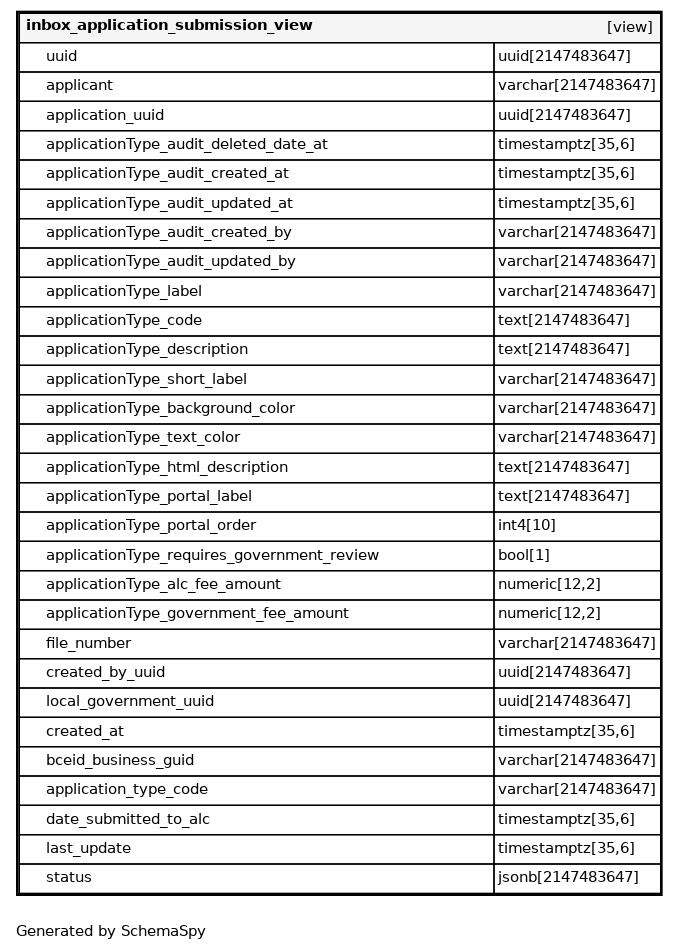
This is schemaspy/alcs/diagrams/tables/inbox_application_submission_view.1degree.png from bcgov/alcs, a Graphviz export, as it was before one commit. Its source is kept beside it as schemaspy/alcs/diagrams/tables/inbox_application_submission_view.1degree.dot.
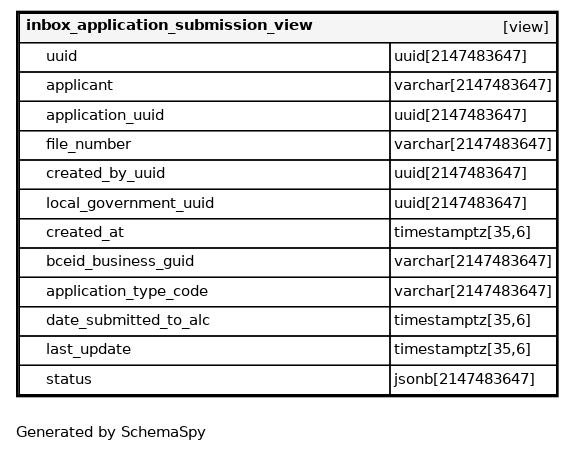
The same diagram one commit later.

The edit, as a diff of the source:
```diff
@@ -4,35 +4,18 @@
    label=<
     <TABLE BORDER="2" CELLBORDER="1" CELLSPACING="0" BGCOLOR="#ffffff">
       <TR><TD COLSPAN="4"  BGCOLOR="#f5f5f5"><TABLE BORDER="0" CELLSPACING="0"><TR><TD ALIGN="LEFT" FIXEDSIZE="TRUE" WIDTH="257" HEIGHT="16"><B>inbox_application_submission_view</B></TD><TD ALIGN="RIGHT">[view]</TD></TR></TABLE></TD></TR>
-      <TR><TD PORT="uuid" COLSPAN="2" ALIGN="LEFT"><TABLE BORDER="0" CELLSPACING="0" ALIGN="LEFT"><TR ALIGN="LEFT"><TD ALIGN="LEFT" FIXEDSIZE="TRUE" WIDTH="15" HEIGHT="16"></TD><TD ALIGN="LEFT" FIXEDSIZE="TRUE" WIDTH="335" HEIGHT="16">uuid</TD></TR></TABLE></TD><TD PORT="uuid.type" ALIGN="LEFT">uuid[2147483647]</TD></TR>
-      <TR><TD PORT="applicant" COLSPAN="2" ALIGN="LEFT"><TABLE BORDER="0" CELLSPACING="0" ALIGN="LEFT"><TR ALIGN="LEFT"><TD ALIGN="LEFT" FIXEDSIZE="TRUE" WIDTH="15" HEIGHT="16"></TD><TD ALIGN="LEFT" FIXEDSIZE="TRUE" WIDTH="335" HEIGHT="16">applicant</TD></TR></TABLE></TD><TD PORT="applicant.type" ALIGN="LEFT">varchar[2147483647]</TD></TR>
-      <TR><TD PORT="application_uuid" COLSPAN="2" ALIGN="LEFT"><TABLE BORDER="0" CELLSPACING="0" ALIGN="LEFT"><TR ALIGN="LEFT"><TD ALIGN="LEFT" FIXEDSIZE="TRUE" WIDTH="15" HEIGHT="16"></TD><TD ALIGN="LEFT" FIXEDSIZE="TRUE" WIDTH="335" HEIGHT="16">application_uuid</TD></TR></TABLE></TD><TD PORT="application_uuid.type" ALIGN="LEFT">uuid[2147483647]</TD></TR>
-      <TR><TD PORT="applicationType_audit_deleted_date_at" COLSPAN="2" ALIGN="LEFT"><TABLE BORDER="0" CELLSPACING="0" ALIGN="LEFT"><TR ALIGN="LEFT"><TD ALIGN="LEFT" FIXEDSIZE="TRUE" WIDTH="15" HEIGHT="16"></TD><TD ALIGN="LEFT" FIXEDSIZE="TRUE" WIDTH="335" HEIGHT="16">applicationType_audit_deleted_date_at</TD></TR></TABLE></TD><TD PORT="applicationType_audit_deleted_date_at.type" ALIGN="LEFT">timestamptz[35,6]</TD></TR>
-      <TR><TD PORT="applicationType_audit_created_at" COLSPAN="2" ALIGN="LEFT"><TABLE BORDER="0" CELLSPACING="0" ALIGN="LEFT"><TR ALIGN="LEFT"><TD ALIGN="LEFT" FIXEDSIZE="TRUE" WIDTH="15" HEIGHT="16"></TD><TD ALIGN="LEFT" FIXEDSIZE="TRUE" WIDTH="335" HEIGHT="16">applicationType_audit_created_at</TD></TR></TABLE></TD><TD PORT="applicationType_audit_created_at.type" ALIGN="LEFT">timestamptz[35,6]</TD></TR>
-      <TR><TD PORT="applicationType_audit_updated_at" COLSPAN="2" ALIGN="LEFT"><TABLE BORDER="0" CELLSPACING="0" ALIGN="LEFT"><TR ALIGN="LEFT"><TD ALIGN="LEFT" FIXEDSIZE="TRUE" WIDTH="15" HEIGHT="16"></TD><TD ALIGN="LEFT" FIXEDSIZE="TRUE" WIDTH="335" HEIGHT="16">applicationType_audit_updated_at</TD></TR></TABLE></TD><TD PORT="applicationType_audit_updated_at.type" ALIGN="LEFT">timestamptz[35,6]</TD></TR>
-      <TR><TD PORT="applicationType_audit_created_by" COLSPAN="2" ALIGN="LEFT"><TABLE BORDER="0" CELLSPACING="0" ALIGN="LEFT"><TR ALIGN="LEFT"><TD ALIGN="LEFT" FIXEDSIZE="TRUE" WIDTH="15" HEIGHT="16"></TD><TD ALIGN="LEFT" FIXEDSIZE="TRUE" WIDTH="335" HEIGHT="16">applicationType_audit_created_by</TD></TR></TABLE></TD><TD PORT="applicationType_audit_created_by.type" ALIGN="LEFT">varchar[2147483647]</TD></TR>
-      <TR><TD PORT="applicationType_audit_updated_by" COLSPAN="2" ALIGN="LEFT"><TABLE BORDER="0" CELLSPACING="0" ALIGN="LEFT"><TR ALIGN="LEFT"><TD ALIGN="LEFT" FIXEDSIZE="TRUE" WIDTH="15" HEIGHT="16"></TD><TD ALIGN="LEFT" FIXEDSIZE="TRUE" WIDTH="335" HEIGHT="16">applicationType_audit_updated_by</TD></TR></TABLE></TD><TD PORT="applicationType_audit_updated_by.type" ALIGN="LEFT">varchar[2147483647]</TD></TR>
-      <TR><TD PORT="applicationType_label" COLSPAN="2" ALIGN="LEFT"><TABLE BORDER="0" CELLSPACING="0" ALIGN="LEFT"><TR ALIGN="LEFT"><TD ALIGN="LEFT" FIXEDSIZE="TRUE" WIDTH="15" HEIGHT="16"></TD><TD ALIGN="LEFT" FIXEDSIZE="TRUE" WIDTH="335" HEIGHT="16">applicationType_label</TD></TR></TABLE></TD><TD PORT="applicationType_label.type" ALIGN="LEFT">varchar[2147483647]</TD></TR>
-      <TR><TD PORT="applicationType_code" COLSPAN="2" ALIGN="LEFT"><TABLE BORDER="0" CELLSPACING="0" ALIGN="LEFT"><TR ALIGN="LEFT"><TD ALIGN="LEFT" FIXEDSIZE="TRUE" WIDTH="15" HEIGHT="16"></TD><TD ALIGN="LEFT" FIXEDSIZE="TRUE" WIDTH="335" HEIGHT="16">applicationType_code</TD></TR></TABLE></TD><TD PORT="applicationType_code.type" ALIGN="LEFT">text[2147483647]</TD></TR>
-      <TR><TD PORT="applicationType_description" COLSPAN="2" ALIGN="LEFT"><TABLE BORDER="0" CELLSPACING="0" ALIGN="LEFT"><TR ALIGN="LEFT"><TD ALIGN="LEFT" FIXEDSIZE="TRUE" WIDTH="15" HEIGHT="16"></TD><TD ALIGN="LEFT" FIXEDSIZE="TRUE" WIDTH="335" HEIGHT="16">applicationType_description</TD></TR></TABLE></TD><TD PORT="applicationType_description.type" ALIGN="LEFT">text[2147483647]</TD></TR>
-      <TR><TD PORT="applicationType_short_label" COLSPAN="2" ALIGN="LEFT"><TABLE BORDER="0" CELLSPACING="0" ALIGN="LEFT"><TR ALIGN="LEFT"><TD ALIGN="LEFT" FIXEDSIZE="TRUE" WIDTH="15" HEIGHT="16"></TD><TD ALIGN="LEFT" FIXEDSIZE="TRUE" WIDTH="335" HEIGHT="16">applicationType_short_label</TD></TR></TABLE></TD><TD PORT="applicationType_short_label.type" ALIGN="LEFT">varchar[2147483647]</TD></TR>
-      <TR><TD PORT="applicationType_background_color" COLSPAN="2" ALIGN="LEFT"><TABLE BORDER="0" CELLSPACING="0" ALIGN="LEFT"><TR ALIGN="LEFT"><TD ALIGN="LEFT" FIXEDSIZE="TRUE" WIDTH="15" HEIGHT="16"></TD><TD ALIGN="LEFT" FIXEDSIZE="TRUE" WIDTH="335" HEIGHT="16">applicationType_background_color</TD></TR></TABLE></TD><TD PORT="applicationType_background_color.type" ALIGN="LEFT">varchar[2147483647]</TD></TR>
-      <TR><TD PORT="applicationType_text_color" COLSPAN="2" ALIGN="LEFT"><TABLE BORDER="0" CELLSPACING="0" ALIGN="LEFT"><TR ALIGN="LEFT"><TD ALIGN="LEFT" FIXEDSIZE="TRUE" WIDTH="15" HEIGHT="16"></TD><TD ALIGN="LEFT" FIXEDSIZE="TRUE" WIDTH="335" HEIGHT="16">applicationType_text_color</TD></TR></TABLE></TD><TD PORT="applicationType_text_color.type" ALIGN="LEFT">varchar[2147483647]</TD></TR>
-      <TR><TD PORT="applicationType_html_description" COLSPAN="2" ALIGN="LEFT"><TABLE BORDER="0" CELLSPACING="0" ALIGN="LEFT"><TR ALIGN="LEFT"><TD ALIGN="LEFT" FIXEDSIZE="TRUE" WIDTH="15" HEIGHT="16"></TD><TD ALIGN="LEFT" FIXEDSIZE="TRUE" WIDTH="335" HEIGHT="16">applicationType_html_description</TD></TR></TABLE></TD><TD PORT="applicationType_html_description.type" ALIGN="LEFT">text[2147483647]</TD></TR>
-      <TR><TD PORT="applicationType_portal_label" COLSPAN="2" ALIGN="LEFT"><TABLE BORDER="0" CELLSPACING="0" ALIGN="LEFT"><TR ALIGN="LEFT"><TD ALIGN="LEFT" FIXEDSIZE="TRUE" WIDTH="15" HEIGHT="16"></TD><TD ALIGN="LEFT" FIXEDSIZE="TRUE" WIDTH="335" HEIGHT="16">applicationType_portal_label</TD></TR></TABLE></TD><TD PORT="applicationType_portal_label.type" ALIGN="LEFT">text[2147483647]</TD></TR>
-      <TR><TD PORT="applicationType_portal_order" COLSPAN="2" ALIGN="LEFT"><TABLE BORDER="0" CELLSPACING="0" ALIGN="LEFT"><TR ALIGN="LEFT"><TD ALIGN="LEFT" FIXEDSIZE="TRUE" WIDTH="15" HEIGHT="16"></TD><TD ALIGN="LEFT" FIXEDSIZE="TRUE" WIDTH="335" HEIGHT="16">applicationType_portal_order</TD></TR></TABLE></TD><TD PORT="applicationType_portal_order.type" ALIGN="LEFT">int4[10]</TD></TR>
-      <TR><TD PORT="applicationType_requires_government_review" COLSPAN="2" ALIGN="LEFT"><TABLE BORDER="0" CELLSPACING="0" ALIGN="LEFT"><TR ALIGN="LEFT"><TD ALIGN="LEFT" FIXEDSIZE="TRUE" WIDTH="15" HEIGHT="16"></TD><TD ALIGN="LEFT" FIXEDSIZE="TRUE" WIDTH="335" HEIGHT="16">applicationType_requires_government_review</TD></TR></TABLE></TD><TD PORT="applicationType_requires_government_review.type" ALIGN="LEFT">bool[1]</TD></TR>
-      <TR><TD PORT="applicationType_alc_fee_amount" COLSPAN="2" ALIGN="LEFT"><TABLE BORDER="0" CELLSPACING="0" ALIGN="LEFT"><TR ALIGN="LEFT"><TD ALIGN="LEFT" FIXEDSIZE="TRUE" WIDTH="15" HEIGHT="16"></TD><TD ALIGN="LEFT" FIXEDSIZE="TRUE" WIDTH="335" HEIGHT="16">applicationType_alc_fee_amount</TD></TR></TABLE></TD><TD PORT="applicationType_alc_fee_amount.type" ALIGN="LEFT">numeric[12,2]</TD></TR>
-      <TR><TD PORT="applicationType_government_fee_amount" COLSPAN="2" ALIGN="LEFT"><TABLE BORDER="0" CELLSPACING="0" ALIGN="LEFT"><TR ALIGN="LEFT"><TD ALIGN="LEFT" FIXEDSIZE="TRUE" WIDTH="15" HEIGHT="16"></TD><TD ALIGN="LEFT" FIXEDSIZE="TRUE" WIDTH="335" HEIGHT="16">applicationType_government_fee_amount</TD></TR></TABLE></TD><TD PORT="applicationType_government_fee_amount.type" ALIGN="LEFT">numeric[12,2]</TD></TR>
-      <TR><TD PORT="file_number" COLSPAN="2" ALIGN="LEFT"><TABLE BORDER="0" CELLSPACING="0" ALIGN="LEFT"><TR ALIGN="LEFT"><TD ALIGN="LEFT" FIXEDSIZE="TRUE" WIDTH="15" HEIGHT="16"></TD><TD ALIGN="LEFT" FIXEDSIZE="TRUE" WIDTH="335" HEIGHT="16">file_number</TD></TR></TABLE></TD><TD PORT="file_number.type" ALIGN="LEFT">varchar[2147483647]</TD></TR>
-      <TR><TD PORT="created_by_uuid" COLSPAN="2" ALIGN="LEFT"><TABLE BORDER="0" CELLSPACING="0" ALIGN="LEFT"><TR ALIGN="LEFT"><TD ALIGN="LEFT" FIXEDSIZE="TRUE" WIDTH="15" HEIGHT="16"></TD><TD ALIGN="LEFT" FIXEDSIZE="TRUE" WIDTH="335" HEIGHT="16">created_by_uuid</TD></TR></TABLE></TD><TD PORT="created_by_uuid.type" ALIGN="LEFT">uuid[2147483647]</TD></TR>
-      <TR><TD PORT="local_government_uuid" COLSPAN="2" ALIGN="LEFT"><TABLE BORDER="0" CELLSPACING="0" ALIGN="LEFT"><TR ALIGN="LEFT"><TD ALIGN="LEFT" FIXEDSIZE="TRUE" WIDTH="15" HEIGHT="16"></TD><TD ALIGN="LEFT" FIXEDSIZE="TRUE" WIDTH="335" HEIGHT="16">local_government_uuid</TD></TR></TABLE></TD><TD PORT="local_government_uuid.type" ALIGN="LEFT">uuid[2147483647]</TD></TR>
-      <TR><TD PORT="created_at" COLSPAN="2" ALIGN="LEFT"><TABLE BORDER="0" CELLSPACING="0" ALIGN="LEFT"><TR ALIGN="LEFT"><TD ALIGN="LEFT" FIXEDSIZE="TRUE" WIDTH="15" HEIGHT="16"></TD><TD ALIGN="LEFT" FIXEDSIZE="TRUE" WIDTH="335" HEIGHT="16">created_at</TD></TR></TABLE></TD><TD PORT="created_at.type" ALIGN="LEFT">timestamptz[35,6]</TD></TR>
-      <TR><TD PORT="bceid_business_guid" COLSPAN="2" ALIGN="LEFT"><TABLE BORDER="0" CELLSPACING="0" ALIGN="LEFT"><TR ALIGN="LEFT"><TD ALIGN="LEFT" FIXEDSIZE="TRUE" WIDTH="15" HEIGHT="16"></TD><TD ALIGN="LEFT" FIXEDSIZE="TRUE" WIDTH="335" HEIGHT="16">bceid_business_guid</TD></TR></TABLE></TD><TD PORT="bceid_business_guid.type" ALIGN="LEFT">varchar[2147483647]</TD></TR>
-      <TR><TD PORT="application_type_code" COLSPAN="2" ALIGN="LEFT"><TABLE BORDER="0" CELLSPACING="0" ALIGN="LEFT"><TR ALIGN="LEFT"><TD ALIGN="LEFT" FIXEDSIZE="TRUE" WIDTH="15" HEIGHT="16"></TD><TD ALIGN="LEFT" FIXEDSIZE="TRUE" WIDTH="335" HEIGHT="16">application_type_code</TD></TR></TABLE></TD><TD PORT="application_type_code.type" ALIGN="LEFT">varchar[2147483647]</TD></TR>
-      <TR><TD PORT="date_submitted_to_alc" COLSPAN="2" ALIGN="LEFT"><TABLE BORDER="0" CELLSPACING="0" ALIGN="LEFT"><TR ALIGN="LEFT"><TD ALIGN="LEFT" FIXEDSIZE="TRUE" WIDTH="15" HEIGHT="16"></TD><TD ALIGN="LEFT" FIXEDSIZE="TRUE" WIDTH="335" HEIGHT="16">date_submitted_to_alc</TD></TR></TABLE></TD><TD PORT="date_submitted_to_alc.type" ALIGN="LEFT">timestamptz[35,6]</TD></TR>
-      <TR><TD PORT="last_update" COLSPAN="2" ALIGN="LEFT"><TABLE BORDER="0" CELLSPACING="0" ALIGN="LEFT"><TR ALIGN="LEFT"><TD ALIGN="LEFT" FIXEDSIZE="TRUE" WIDTH="15" HEIGHT="16"></TD><TD ALIGN="LEFT" FIXEDSIZE="TRUE" WIDTH="335" HEIGHT="16">last_update</TD></TR></TABLE></TD><TD PORT="last_update.type" ALIGN="LEFT">timestamptz[35,6]</TD></TR>
-      <TR><TD PORT="status" COLSPAN="2" ALIGN="LEFT"><TABLE BORDER="0" CELLSPACING="0" ALIGN="LEFT"><TR ALIGN="LEFT"><TD ALIGN="LEFT" FIXEDSIZE="TRUE" WIDTH="15" HEIGHT="16"></TD><TD ALIGN="LEFT" FIXEDSIZE="TRUE" WIDTH="335" HEIGHT="16">status</TD></TR></TABLE></TD><TD PORT="status.type" ALIGN="LEFT">jsonb[2147483647]</TD></TR>
+      <TR><TD PORT="uuid" COLSPAN="2" ALIGN="LEFT"><TABLE BORDER="0" CELLSPACING="0" ALIGN="LEFT"><TR ALIGN="LEFT"><TD ALIGN="LEFT" FIXEDSIZE="TRUE" WIDTH="15" HEIGHT="16"></TD><TD ALIGN="LEFT" FIXEDSIZE="TRUE" WIDTH="257" HEIGHT="16">uuid</TD></TR></TABLE></TD><TD PORT="uuid.type" ALIGN="LEFT">uuid[2147483647]</TD></TR>
+      <TR><TD PORT="applicant" COLSPAN="2" ALIGN="LEFT"><TABLE BORDER="0" CELLSPACING="0" ALIGN="LEFT"><TR ALIGN="LEFT"><TD ALIGN="LEFT" FIXEDSIZE="TRUE" WIDTH="15" HEIGHT="16"></TD><TD ALIGN="LEFT" FIXEDSIZE="TRUE" WIDTH="257" HEIGHT="16">applicant</TD></TR></TABLE></TD><TD PORT="applicant.type" ALIGN="LEFT">varchar[2147483647]</TD></TR>
+      <TR><TD PORT="application_uuid" COLSPAN="2" ALIGN="LEFT"><TABLE BORDER="0" CELLSPACING="0" ALIGN="LEFT"><TR ALIGN="LEFT"><TD ALIGN="LEFT" FIXEDSIZE="TRUE" WIDTH="15" HEIGHT="16"></TD><TD ALIGN="LEFT" FIXEDSIZE="TRUE" WIDTH="257" HEIGHT="16">application_uuid</TD></TR></TABLE></TD><TD PORT="application_uuid.type" ALIGN="LEFT">uuid[2147483647]</TD></TR>
+      <TR><TD PORT="file_number" COLSPAN="2" ALIGN="LEFT"><TABLE BORDER="0" CELLSPACING="0" ALIGN="LEFT"><TR ALIGN="LEFT"><TD ALIGN="LEFT" FIXEDSIZE="TRUE" WIDTH="15" HEIGHT="16"></TD><TD ALIGN="LEFT" FIXEDSIZE="TRUE" WIDTH="257" HEIGHT="16">file_number</TD></TR></TABLE></TD><TD PORT="file_number.type" ALIGN="LEFT">varchar[2147483647]</TD></TR>
+      <TR><TD PORT="created_by_uuid" COLSPAN="2" ALIGN="LEFT"><TABLE BORDER="0" CELLSPACING="0" ALIGN="LEFT"><TR ALIGN="LEFT"><TD ALIGN="LEFT" FIXEDSIZE="TRUE" WIDTH="15" HEIGHT="16"></TD><TD ALIGN="LEFT" FIXEDSIZE="TRUE" WIDTH="257" HEIGHT="16">created_by_uuid</TD></TR></TABLE></TD><TD PORT="created_by_uuid.type" ALIGN="LEFT">uuid[2147483647]</TD></TR>
+      <TR><TD PORT="local_government_uuid" COLSPAN="2" ALIGN="LEFT"><TABLE BORDER="0" CELLSPACING="0" ALIGN="LEFT"><TR ALIGN="LEFT"><TD ALIGN="LEFT" FIXEDSIZE="TRUE" WIDTH="15" HEIGHT="16"></TD><TD ALIGN="LEFT" FIXEDSIZE="TRUE" WIDTH="257" HEIGHT="16">local_government_uuid</TD></TR></TABLE></TD><TD PORT="local_government_uuid.type" ALIGN="LEFT">uuid[2147483647]</TD></TR>
+      <TR><TD PORT="created_at" COLSPAN="2" ALIGN="LEFT"><TABLE BORDER="0" CELLSPACING="0" ALIGN="LEFT"><TR ALIGN="LEFT"><TD ALIGN="LEFT" FIXEDSIZE="TRUE" WIDTH="15" HEIGHT="16"></TD><TD ALIGN="LEFT" FIXEDSIZE="TRUE" WIDTH="257" HEIGHT="16">created_at</TD></TR></TABLE></TD><TD PORT="created_at.type" ALIGN="LEFT">timestamptz[35,6]</TD></TR>
+      <TR><TD PORT="bceid_business_guid" COLSPAN="2" ALIGN="LEFT"><TABLE BORDER="0" CELLSPACING="0" ALIGN="LEFT"><TR ALIGN="LEFT"><TD ALIGN="LEFT" FIXEDSIZE="TRUE" WIDTH="15" HEIGHT="16"></TD><TD ALIGN="LEFT" FIXEDSIZE="TRUE" WIDTH="257" HEIGHT="16">bceid_business_guid</TD></TR></TABLE></TD><TD PORT="bceid_business_guid.type" ALIGN="LEFT">varchar[2147483647]</TD></TR>
+      <TR><TD PORT="application_type_code" COLSPAN="2" ALIGN="LEFT"><TABLE BORDER="0" CELLSPACING="0" ALIGN="LEFT"><TR ALIGN="LEFT"><TD ALIGN="LEFT" FIXEDSIZE="TRUE" WIDTH="15" HEIGHT="16"></TD><TD ALIGN="LEFT" FIXEDSIZE="TRUE" WIDTH="257" HEIGHT="16">application_type_code</TD></TR></TABLE></TD><TD PORT="application_type_code.type" ALIGN="LEFT">varchar[2147483647]</TD></TR>
+      <TR><TD PORT="date_submitted_to_alc" COLSPAN="2" ALIGN="LEFT"><TABLE BORDER="0" CELLSPACING="0" ALIGN="LEFT"><TR ALIGN="LEFT"><TD ALIGN="LEFT" FIXEDSIZE="TRUE" WIDTH="15" HEIGHT="16"></TD><TD ALIGN="LEFT" FIXEDSIZE="TRUE" WIDTH="257" HEIGHT="16">date_submitted_to_alc</TD></TR></TABLE></TD><TD PORT="date_submitted_to_alc.type" ALIGN="LEFT">timestamptz[35,6]</TD></TR>
+      <TR><TD PORT="last_update" COLSPAN="2" ALIGN="LEFT"><TABLE BORDER="0" CELLSPACING="0" ALIGN="LEFT"><TR ALIGN="LEFT"><TD ALIGN="LEFT" FIXEDSIZE="TRUE" WIDTH="15" HEIGHT="16"></TD><TD ALIGN="LEFT" FIXEDSIZE="TRUE" WIDTH="257" HEIGHT="16">last_update</TD></TR></TABLE></TD><TD PORT="last_update.type" ALIGN="LEFT">timestamptz[35,6]</TD></TR>
+      <TR><TD PORT="status" COLSPAN="2" ALIGN="LEFT"><TABLE BORDER="0" CELLSPACING="0" ALIGN="LEFT"><TR ALIGN="LEFT"><TD ALIGN="LEFT" FIXEDSIZE="TRUE" WIDTH="15" HEIGHT="16"></TD><TD ALIGN="LEFT" FIXEDSIZE="TRUE" WIDTH="257" HEIGHT="16">status</TD></TR></TABLE></TD><TD PORT="status.type" ALIGN="LEFT">jsonb[2147483647]</TD></TR>
     </TABLE>>
     URL="inbox_application_submission_view.html"
     target="_top"
```
